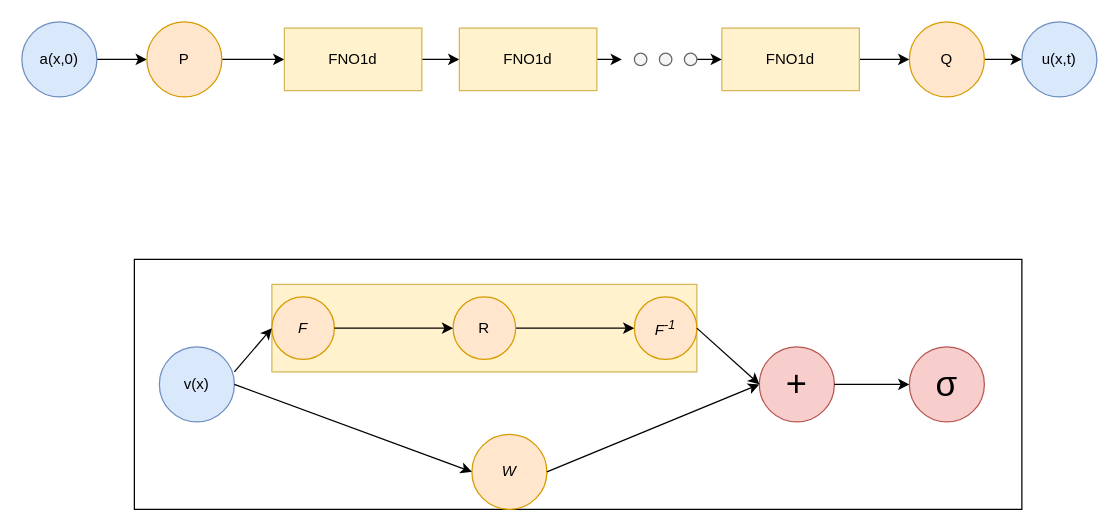
Before: 未命名绘图.drawio in Clover21729/FNO, a draw.io diagram. Source tidied: cells renumbered, new cells numbered last; positions are measured from the earlier drawing's top-left corner, leaving out a move shared by most shapes. Both pictures are drawn from the tidied source at 125%, with x=0, y=0 at pixel (21, 21).
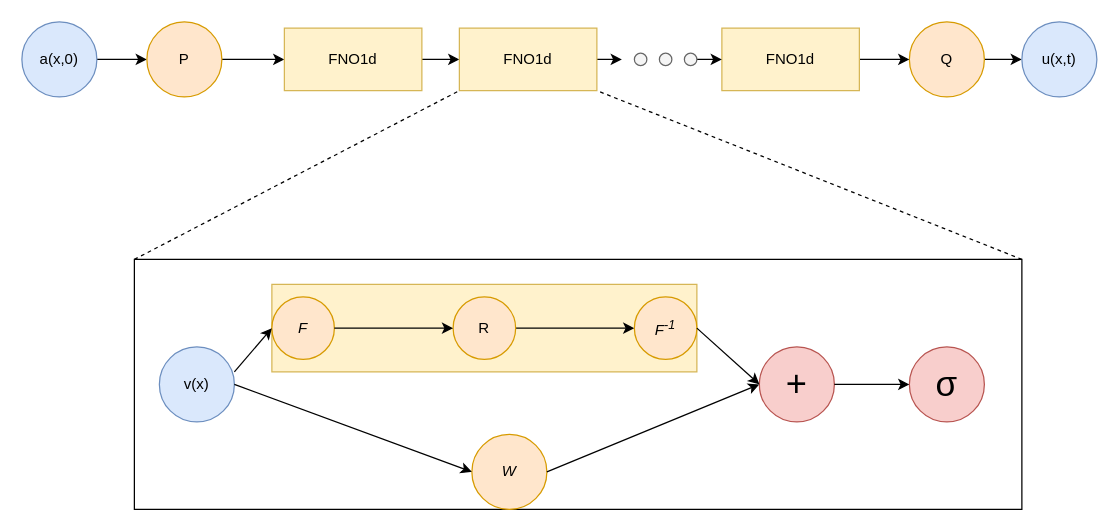
After the change.

Commit message:
更新未命名绘图.drawio

Unchanged cells that the change refers to:
```xml
<mxCell id="12" value="FNO1d" style="rounded=0;whiteSpace=wrap;html=1;fillColor=#fff2cc;strokeColor=#d6b656;" parent="1" vertex="1">
  <mxGeometry x="350" y="5" width="110" height="50" as="geometry" />
</mxCell>
<mxCell id="15" style="rounded=0;whiteSpace=wrap;html=1;" parent="1" vertex="1">
  <mxGeometry x="90" y="190" width="710" height="200" as="geometry" />
</mxCell>
```

What changed in the source:
```diff
@@
+    <mxCell id="35" style="endArrow=none;dashed=1;html=1;rounded=0;exitX=0;exitY=0;exitDx=0;exitDy=0;entryX=0;entryY=1;entryDx=0;entryDy=0;" parent="1" edge="1" source="15" target="12">
+      <mxGeometry relative="1" as="geometry" />
+    </mxCell>
+    <mxCell id="36" style="endArrow=none;dashed=1;html=1;rounded=0;entryX=1;entryY=1;entryDx=0;entryDy=0;exitX=1;exitY=0;exitDx=0;exitDy=0;" parent="1" edge="1" source="15" target="12">
+      <mxGeometry relative="1" as="geometry" />
+    </mxCell>
```
